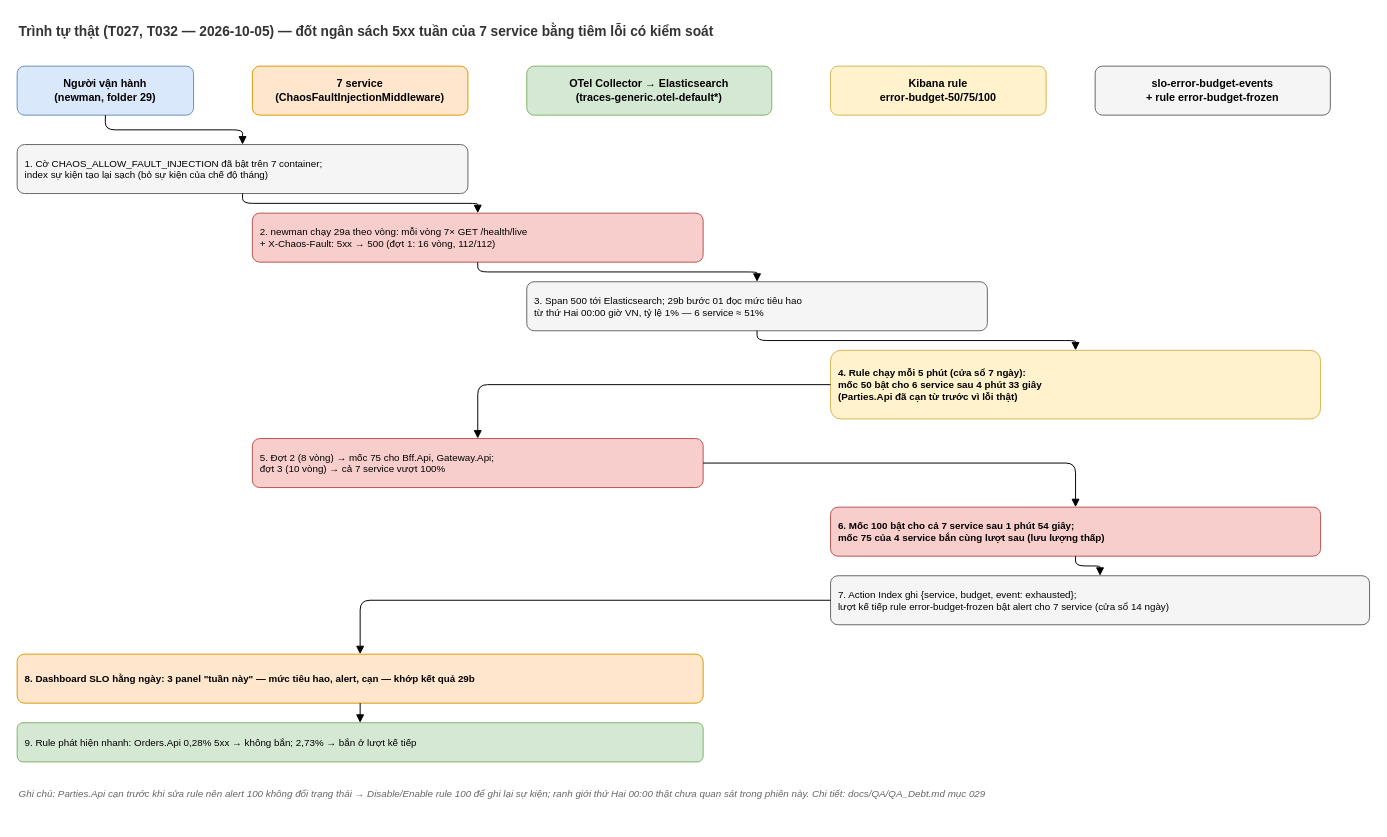
This is docs/diagrams/029-error-budget-weekly-sequence.drawio from nmhieuit/ecommerce, a draw.io file, before an edit. Source tidied: cells renumbered, new cells numbered last; positions are measured from the earlier drawing's top-left corner, leaving out a move shared by most shapes. Both pictures are drawn from the tidied source at 98%, with x=0, y=0 at pixel (17, 17).
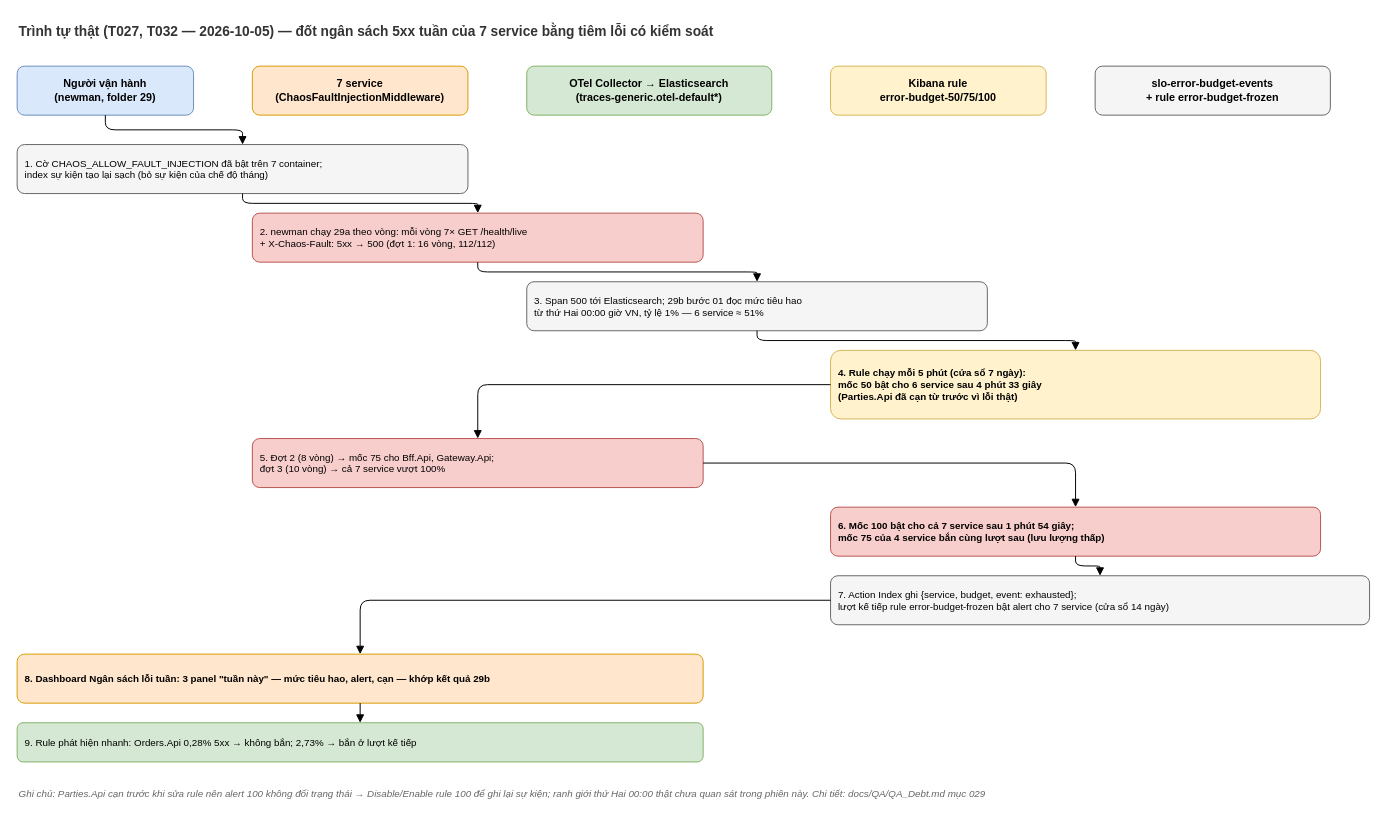
After the change.

Change to the diagram source:
```diff
@@
-    <mxCell id="15" value="8. Dashboard SLO hằng ngày: 3 panel &quot;tuần này&quot; — mức tiêu hao, alert, cạn — khớp kết quả 29b" style="rounded=1;whiteSpace=wrap;html=1;fillColor=#ffe6cc;strokeColor=#d79b00;fontSize=10;align=left;spacingLeft=6;fontStyle=1;" parent="1" vertex="1">
+    <mxCell id="15" value="8. Dashboard Ngân sách lỗi tuần: 3 panel &quot;tuần này&quot; — mức tiêu hao, alert, cạn — khớp kết quả 29b" style="rounded=1;whiteSpace=wrap;html=1;fillColor=#ffe6cc;strokeColor=#d79b00;fontSize=10;align=left;spacingLeft=6;fontStyle=1;" parent="1" vertex="1">
       <mxGeometry y="650" width="700" height="50" as="geometry" />
     </mxCell>
```
